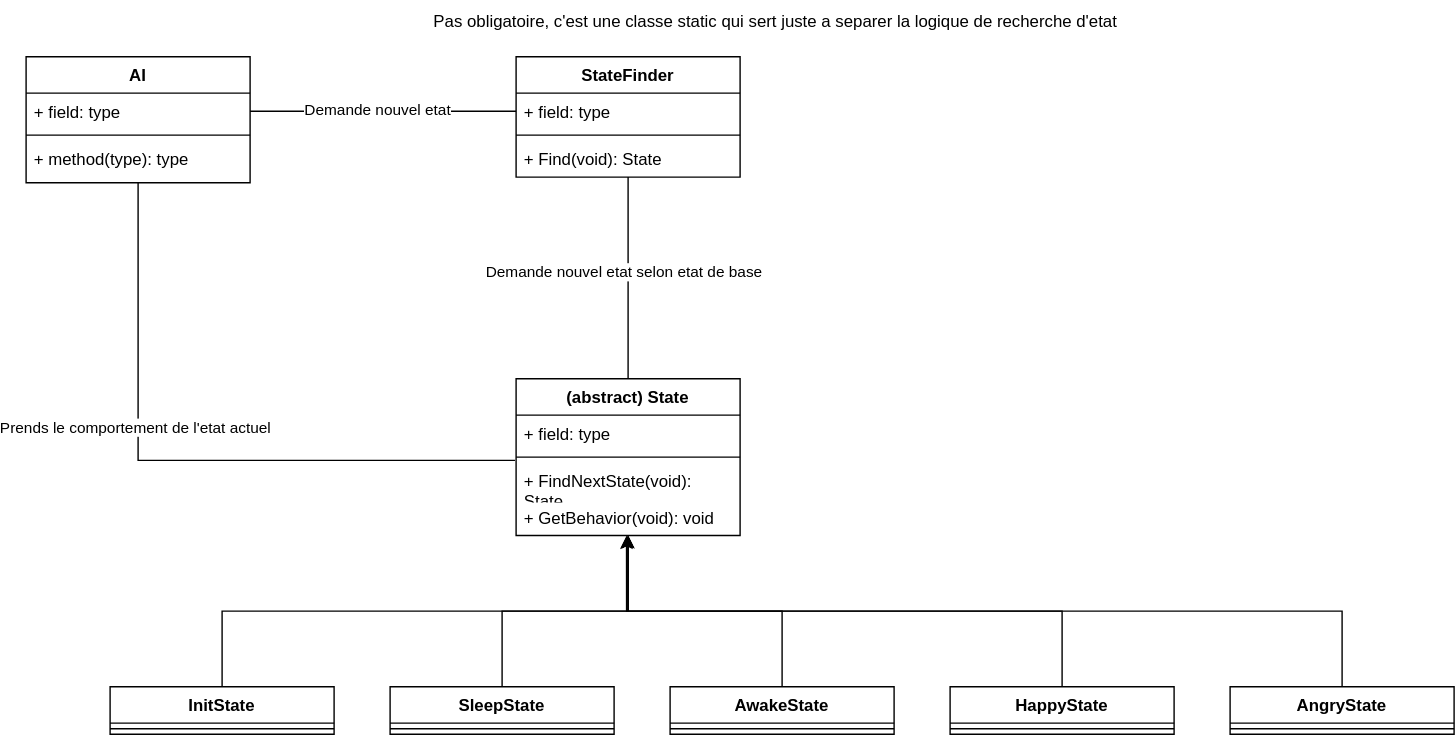
This is UML-AI.svg from nBeeckmans/unity-ai-prototype, a draw.io export, as it was before one commit. Source tidied: cells renumbered, new cells last; positions are measured from the earlier drawing's top-left corner, leaving out a move shared by most shapes.
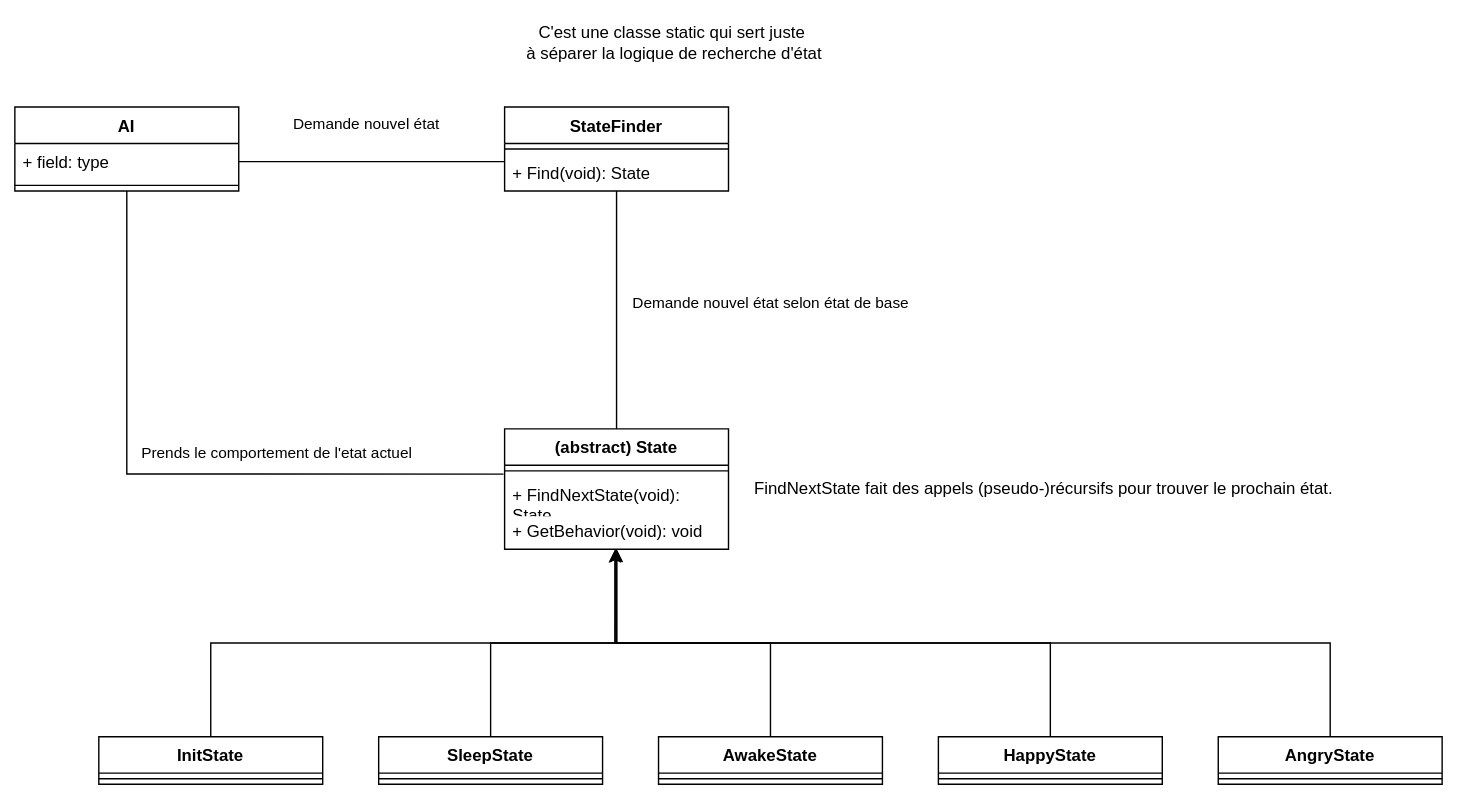
Later version of the same file.

Diff of the diagram source:
```diff
@@ -2,110 +2,112 @@
   <root>
     <mxCell id="0" />
     <mxCell id="1" parent="0" />
-    <mxCell id="2" value="AI" style="swimlane;fontStyle=1;align=center;verticalAlign=top;horizontal=1;startSize=26;whiteSpace=wrap;html=1;" parent="1" vertex="1">
-      <mxGeometry y="40" width="160" height="90" as="geometry" />
+    <mxCell id="2" value="AI" style="swimlane;fontStyle=1;align=center;verticalAlign=top;horizontal=1;startSize=26;whiteSpace=wrap;html=1;rounded=0;labelBackgroundColor=none;" parent="1" vertex="1">
+      <mxGeometry y="40" width="160" height="60" as="geometry" />
     </mxCell>
-    <mxCell id="3" value="+ field: type" style="text;strokeColor=none;fillColor=none;align=left;verticalAlign=top;spacingLeft=4;spacingRight=4;overflow=hidden;points=[[0,0.5],[1,0.5]];portConstraint=eastwest;whiteSpace=wrap;html=1;" parent="2" vertex="1">
+    <mxCell id="3" value="+ field: type" style="text;strokeColor=none;fillColor=none;align=left;verticalAlign=top;spacingLeft=4;spacingRight=4;overflow=hidden;points=[[0,0.5],[1,0.5]];portConstraint=eastwest;whiteSpace=wrap;html=1;rounded=0;labelBackgroundColor=none;" parent="2" vertex="1">
       <mxGeometry y="26" width="160" height="26" as="geometry" />
     </mxCell>
-    <mxCell id="4" style="line;strokeWidth=1;fillColor=none;align=left;verticalAlign=middle;spacingTop=-1;spacingLeft=3;spacingRight=3;labelPosition=right;strokeColor=inherit;" parent="2" vertex="1">
+    <mxCell id="4" style="line;strokeWidth=1;fillColor=none;align=left;verticalAlign=middle;spacingTop=-1;spacingLeft=3;spacingRight=3;labelPosition=right;rounded=0;labelBackgroundColor=none;" parent="2" vertex="1">
       <mxGeometry y="52" width="160" height="8" as="geometry" />
     </mxCell>
-    <mxCell id="5" value="+ method(type): type" style="text;strokeColor=none;fillColor=none;align=left;verticalAlign=top;spacingLeft=4;spacingRight=4;overflow=hidden;whiteSpace=wrap;html=1;" parent="2" vertex="1">
-      <mxGeometry y="60" width="160" height="30" as="geometry" />
-    </mxCell>
-    <mxCell id="6" style="edgeStyle=orthogonalEdgeStyle;rounded=0;jettySize=auto;html=1;entryX=0.5;entryY=0;entryDx=0;entryDy=0;endArrow=none;endFill=0;" parent="1" edge="1" source="8" target="15">
+    <mxCell id="6" style="edgeStyle=orthogonalEdgeStyle;rounded=0;jettySize=auto;html=1;entryX=0.5;entryY=0;entryDx=0;entryDy=0;endArrow=none;endFill=0;labelBackgroundColor=none;fontColor=default;" parent="1" edge="1" source="8" target="15">
       <mxGeometry relative="1" as="geometry" />
     </mxCell>
-    <mxCell id="7" value="Demande nouvel etat selon etat de base" style="edgeLabel;html=1;align=center;verticalAlign=middle;" parent="6" vertex="1">
-      <mxGeometry x="-0.06" y="-3" relative="1" as="geometry" />
+    <mxCell id="7" value="Demande nouvel état selon état de base" style="edgeLabel;html=1;align=center;verticalAlign=middle;rounded=0;labelBackgroundColor=none;" parent="6" vertex="1">
+      <mxGeometry x="-0.06" y="-3" relative="1" as="geometry">
+        <mxPoint x="113" as="offset" />
+      </mxGeometry>
     </mxCell>
-    <mxCell id="8" value="StateFinder" style="swimlane;fontStyle=1;align=center;verticalAlign=top;horizontal=1;startSize=26;whiteSpace=wrap;html=1;" parent="1" vertex="1">
-      <mxGeometry x="350" y="40" width="160" height="86" as="geometry" />
+    <mxCell id="8" value="StateFinder" style="swimlane;fontStyle=1;align=center;verticalAlign=top;horizontal=1;startSize=26;whiteSpace=wrap;html=1;rounded=0;labelBackgroundColor=none;" parent="1" vertex="1">
+      <mxGeometry x="350" y="40" width="160" height="60" as="geometry" />
     </mxCell>
-    <mxCell id="9" value="+ field: type" style="text;strokeColor=none;fillColor=none;align=left;verticalAlign=top;spacingLeft=4;spacingRight=4;overflow=hidden;points=[[0,0.5],[1,0.5]];portConstraint=eastwest;whiteSpace=wrap;html=1;" parent="8" vertex="1">
-      <mxGeometry y="26" width="160" height="26" as="geometry" />
-    </mxCell>
-    <mxCell id="10" style="line;strokeWidth=1;fillColor=none;align=left;verticalAlign=middle;spacingTop=-1;spacingLeft=3;spacingRight=3;labelPosition=right;strokeColor=inherit;" parent="8" vertex="1">
-      <mxGeometry y="52" width="160" height="8" as="geometry" />
+    <mxCell id="10" style="line;strokeWidth=1;fillColor=none;align=left;verticalAlign=middle;spacingTop=-1;spacingLeft=3;spacingRight=3;labelPosition=right;rounded=0;labelBackgroundColor=none;" parent="8" vertex="1">
+      <mxGeometry y="26" width="160" height="8" as="geometry" />
     </mxCell>
-    <mxCell id="11" value="+ Find(void): State" style="text;strokeColor=none;fillColor=none;align=left;verticalAlign=top;spacingLeft=4;spacingRight=4;overflow=hidden;whiteSpace=wrap;html=1;" parent="8" vertex="1">
-      <mxGeometry y="60" width="160" height="26" as="geometry" />
+    <mxCell id="11" value="+ Find(void): State" style="text;strokeColor=none;fillColor=none;align=left;verticalAlign=top;spacingLeft=4;spacingRight=4;overflow=hidden;whiteSpace=wrap;html=1;rounded=0;labelBackgroundColor=none;" parent="8" vertex="1">
+      <mxGeometry y="34" width="160" height="26" as="geometry" />
     </mxCell>
-    <mxCell id="12" style="edgeStyle=orthogonalEdgeStyle;rounded=0;jettySize=auto;html=1;entryX=0;entryY=0.5;entryDx=0;entryDy=0;endArrow=none;endFill=0;" parent="1" edge="1" source="3" target="9">
-      <mxGeometry relative="1" as="geometry" />
+    <mxCell id="12" style="edgeStyle=orthogonalEdgeStyle;rounded=0;jettySize=auto;html=1;entryX=0;entryY=0.5;entryDx=0;entryDy=0;endArrow=none;endFill=0;labelBackgroundColor=none;fontColor=default;" parent="1" edge="1" source="3">
+      <mxGeometry relative="1" as="geometry">
+        <mxPoint x="350" y="79" as="targetPoint" />
+      </mxGeometry>
     </mxCell>
-    <mxCell id="13" value="Demande nouvel etat" style="edgeLabel;html=1;align=center;verticalAlign=middle;" parent="12" vertex="1">
-      <mxGeometry x="-0.05" y="1" relative="1" as="geometry" />
+    <mxCell id="13" value="Demande nouvel état" style="edgeLabel;html=1;align=center;verticalAlign=middle;rounded=0;labelBackgroundColor=none;" parent="12" vertex="1">
+      <mxGeometry x="-0.05" y="1" relative="1" as="geometry">
+        <mxPoint y="-26" as="offset" />
+      </mxGeometry>
     </mxCell>
-    <mxCell id="14" value="Pas obligatoire, c'est une classe static qui sert juste a separer la logique de recherche d'etat" style="text;html=1;align=center;verticalAlign=middle;strokeColor=none;fillColor=none;" parent="1" vertex="1">
-      <mxGeometry x="280" width="510" height="30" as="geometry" />
+    <mxCell id="14" value="&lt;div&gt;C'est une classe static qui sert juste&amp;nbsp;&lt;/div&gt;&lt;div&gt;à séparer la logique de recherche d'état&lt;/div&gt;" style="text;html=1;align=center;verticalAlign=middle;strokeColor=none;fillColor=none;rounded=0;labelBackgroundColor=none;" parent="1" vertex="1">
+      <mxGeometry x="356" y="-26" width="230" height="40" as="geometry" />
     </mxCell>
-    <mxCell id="15" value="(abstract) State" style="swimlane;fontStyle=1;align=center;verticalAlign=top;horizontal=1;startSize=26;whiteSpace=wrap;html=1;" parent="1" vertex="1">
-      <mxGeometry x="350" y="270" width="160" height="112" as="geometry" />
+    <mxCell id="15" value="(abstract) State" style="swimlane;fontStyle=1;align=center;verticalAlign=top;horizontal=1;startSize=26;whiteSpace=wrap;html=1;rounded=0;labelBackgroundColor=none;" parent="1" vertex="1">
+      <mxGeometry x="350" y="270" width="160" height="86" as="geometry" />
     </mxCell>
-    <mxCell id="16" value="+ field: type" style="text;strokeColor=none;fillColor=none;align=left;verticalAlign=top;spacingLeft=4;spacingRight=4;overflow=hidden;whiteSpace=wrap;html=1;" parent="15" vertex="1">
-      <mxGeometry y="26" width="160" height="26" as="geometry" />
-    </mxCell>
-    <mxCell id="17" style="line;strokeWidth=1;fillColor=none;align=left;verticalAlign=middle;spacingTop=-1;spacingLeft=3;spacingRight=3;labelPosition=right;strokeColor=inherit;" parent="15" vertex="1">
-      <mxGeometry y="52" width="160" height="8" as="geometry" />
+    <mxCell id="17" style="line;strokeWidth=1;fillColor=none;align=left;verticalAlign=middle;spacingTop=-1;spacingLeft=3;spacingRight=3;labelPosition=right;rounded=0;labelBackgroundColor=none;" parent="15" vertex="1">
+      <mxGeometry y="26" width="160" height="8" as="geometry" />
     </mxCell>
-    <mxCell id="18" value="+ FindNextState(void): State" style="text;strokeColor=none;fillColor=none;align=left;verticalAlign=top;spacingLeft=4;spacingRight=4;overflow=hidden;points=[[0,0.5],[1,0.5]];portConstraint=eastwest;whiteSpace=wrap;html=1;" parent="15" vertex="1">
-      <mxGeometry y="60" width="160" height="26" as="geometry" />
+    <mxCell id="18" value="+ FindNextState(void): State" style="text;strokeColor=none;fillColor=none;align=left;verticalAlign=top;spacingLeft=4;spacingRight=4;overflow=hidden;points=[[0,0.5],[1,0.5]];portConstraint=eastwest;whiteSpace=wrap;html=1;rounded=0;labelBackgroundColor=none;" parent="15" vertex="1">
+      <mxGeometry y="34" width="160" height="26" as="geometry" />
     </mxCell>
-    <mxCell id="19" value="+ GetBehavior(void): void" style="text;strokeColor=none;fillColor=none;align=left;verticalAlign=top;spacingLeft=4;spacingRight=4;overflow=hidden;points=[[0,0.5],[1,0.5]];portConstraint=eastwest;whiteSpace=wrap;html=1;" parent="15" vertex="1">
-      <mxGeometry y="86" width="160" height="26" as="geometry" />
+    <mxCell id="19" value="+ GetBehavior(void): void" style="text;strokeColor=none;fillColor=none;align=left;verticalAlign=top;spacingLeft=4;spacingRight=4;overflow=hidden;points=[[0,0.5],[1,0.5]];portConstraint=eastwest;whiteSpace=wrap;html=1;rounded=0;labelBackgroundColor=none;" parent="15" vertex="1">
+      <mxGeometry y="60" width="160" height="26" as="geometry" />
     </mxCell>
-    <mxCell id="20" style="edgeStyle=orthogonalEdgeStyle;rounded=0;jettySize=auto;html=1;entryX=-0.005;entryY=-0.065;entryDx=0;entryDy=0;entryPerimeter=0;endArrow=none;endFill=0;" parent="1" edge="1" source="2" target="18">
+    <mxCell id="20" style="edgeStyle=orthogonalEdgeStyle;rounded=0;jettySize=auto;html=1;entryX=-0.005;entryY=-0.065;entryDx=0;entryDy=0;entryPerimeter=0;endArrow=none;endFill=0;labelBackgroundColor=none;fontColor=default;" parent="1" edge="1" source="2" target="18">
       <mxGeometry relative="1" as="geometry" />
     </mxCell>
-    <mxCell id="21" value="Prends le comportement de l'etat actuel" style="edgeLabel;html=1;align=center;verticalAlign=middle;" parent="20" vertex="1">
-      <mxGeometry x="-0.25" y="-2" relative="1" as="geometry" />
+    <mxCell id="21" value="Prends le comportement de l'etat actuel" style="edgeLabel;html=1;align=center;verticalAlign=middle;rounded=0;labelBackgroundColor=none;" parent="20" vertex="1">
+      <mxGeometry x="-0.25" y="-2" relative="1" as="geometry">
+        <mxPoint x="109" y="11" as="offset" />
+      </mxGeometry>
     </mxCell>
-    <mxCell id="22" style="edgeStyle=orthogonalEdgeStyle;rounded=0;jettySize=auto;html=1;entryX=0.5;entryY=1;entryDx=0;entryDy=0;" parent="1" edge="1" source="23" target="15">
+    <mxCell id="22" style="edgeStyle=orthogonalEdgeStyle;rounded=0;jettySize=auto;html=1;entryX=0.5;entryY=1;entryDx=0;entryDy=0;labelBackgroundColor=none;fontColor=default;" parent="1" edge="1" source="23" target="15">
       <mxGeometry relative="1" as="geometry" />
     </mxCell>
-    <mxCell id="23" value="SleepState" style="swimlane;fontStyle=1;align=center;verticalAlign=top;horizontal=1;startSize=26;whiteSpace=wrap;html=1;" parent="1" vertex="1">
+    <mxCell id="23" value="SleepState" style="swimlane;fontStyle=1;align=center;verticalAlign=top;horizontal=1;startSize=26;whiteSpace=wrap;html=1;rounded=0;labelBackgroundColor=none;" parent="1" vertex="1">
       <mxGeometry x="260" y="490" width="160" height="34" as="geometry" />
     </mxCell>
-    <mxCell id="24" style="line;strokeWidth=1;fillColor=none;align=left;verticalAlign=middle;spacingTop=-1;spacingLeft=3;spacingRight=3;labelPosition=right;strokeColor=inherit;" parent="23" vertex="1">
+    <mxCell id="24" style="line;strokeWidth=1;fillColor=none;align=left;verticalAlign=middle;spacingTop=-1;spacingLeft=3;spacingRight=3;labelPosition=right;rounded=0;labelBackgroundColor=none;" parent="23" vertex="1">
       <mxGeometry y="26" width="160" height="8" as="geometry" />
     </mxCell>
-    <mxCell id="25" style="edgeStyle=orthogonalEdgeStyle;rounded=0;jettySize=auto;html=1;entryX=0.5;entryY=1;entryDx=0;entryDy=0;exitX=0.5;exitY=0;exitDx=0;exitDy=0;" parent="1" edge="1" source="26" target="15">
+    <mxCell id="25" style="edgeStyle=orthogonalEdgeStyle;rounded=0;jettySize=auto;html=1;entryX=0.5;entryY=1;entryDx=0;entryDy=0;exitX=0.5;exitY=0;exitDx=0;exitDy=0;labelBackgroundColor=none;fontColor=default;" parent="1" edge="1" source="26" target="15">
       <mxGeometry relative="1" as="geometry" />
     </mxCell>
-    <mxCell id="26" value="InitState" style="swimlane;fontStyle=1;align=center;verticalAlign=top;horizontal=1;startSize=26;whiteSpace=wrap;html=1;" parent="1" vertex="1">
+    <mxCell id="26" value="InitState" style="swimlane;fontStyle=1;align=center;verticalAlign=top;horizontal=1;startSize=26;whiteSpace=wrap;html=1;rounded=0;labelBackgroundColor=none;" parent="1" vertex="1">
       <mxGeometry x="60" y="490" width="160" height="34" as="geometry" />
     </mxCell>
-    <mxCell id="27" style="line;strokeWidth=1;fillColor=none;align=left;verticalAlign=middle;spacingTop=-1;spacingLeft=3;spacingRight=3;labelPosition=right;strokeColor=inherit;" parent="26" vertex="1">
+    <mxCell id="27" style="line;strokeWidth=1;fillColor=none;align=left;verticalAlign=middle;spacingTop=-1;spacingLeft=3;spacingRight=3;labelPosition=right;rounded=0;labelBackgroundColor=none;" parent="26" vertex="1">
       <mxGeometry y="26" width="160" height="8" as="geometry" />
     </mxCell>
-    <mxCell id="28" style="edgeStyle=orthogonalEdgeStyle;rounded=0;jettySize=auto;html=1;entryX=0.5;entryY=1;entryDx=0;entryDy=0;" parent="1" edge="1" source="29" target="15">
+    <mxCell id="28" style="edgeStyle=orthogonalEdgeStyle;rounded=0;jettySize=auto;html=1;entryX=0.5;entryY=1;entryDx=0;entryDy=0;labelBackgroundColor=none;fontColor=default;" parent="1" edge="1" source="29" target="15">
       <mxGeometry relative="1" as="geometry" />
     </mxCell>
-    <mxCell id="29" value="AwakeState" style="swimlane;fontStyle=1;align=center;verticalAlign=top;horizontal=1;startSize=26;whiteSpace=wrap;html=1;" parent="1" vertex="1">
+    <mxCell id="29" value="AwakeState" style="swimlane;fontStyle=1;align=center;verticalAlign=top;horizontal=1;startSize=26;whiteSpace=wrap;html=1;rounded=0;labelBackgroundColor=none;" parent="1" vertex="1">
       <mxGeometry x="460" y="490" width="160" height="34" as="geometry" />
     </mxCell>
-    <mxCell id="30" style="line;strokeWidth=1;fillColor=none;align=left;verticalAlign=middle;spacingTop=-1;spacingLeft=3;spacingRight=3;labelPosition=right;strokeColor=inherit;" parent="29" vertex="1">
+    <mxCell id="30" style="line;strokeWidth=1;fillColor=none;align=left;verticalAlign=middle;spacingTop=-1;spacingLeft=3;spacingRight=3;labelPosition=right;rounded=0;labelBackgroundColor=none;" parent="29" vertex="1">
       <mxGeometry y="26" width="160" height="8" as="geometry" />
     </mxCell>
-    <mxCell id="31" value="HappyState" style="swimlane;fontStyle=1;align=center;verticalAlign=top;horizontal=1;startSize=26;whiteSpace=wrap;html=1;" parent="1" vertex="1">
+    <mxCell id="31" value="HappyState" style="swimlane;fontStyle=1;align=center;verticalAlign=top;horizontal=1;startSize=26;whiteSpace=wrap;html=1;rounded=0;labelBackgroundColor=none;" parent="1" vertex="1">
       <mxGeometry x="660" y="490" width="160" height="34" as="geometry" />
     </mxCell>
-    <mxCell id="32" style="line;strokeWidth=1;fillColor=none;align=left;verticalAlign=middle;spacingTop=-1;spacingLeft=3;spacingRight=3;labelPosition=right;strokeColor=inherit;" parent="31" vertex="1">
+    <mxCell id="32" style="line;strokeWidth=1;fillColor=none;align=left;verticalAlign=middle;spacingTop=-1;spacingLeft=3;spacingRight=3;labelPosition=right;rounded=0;labelBackgroundColor=none;" parent="31" vertex="1">
       <mxGeometry y="26" width="160" height="8" as="geometry" />
     </mxCell>
-    <mxCell id="33" value="AngryState" style="swimlane;fontStyle=1;align=center;verticalAlign=top;horizontal=1;startSize=26;whiteSpace=wrap;html=1;" parent="1" vertex="1">
+    <mxCell id="33" value="AngryState" style="swimlane;fontStyle=1;align=center;verticalAlign=top;horizontal=1;startSize=26;whiteSpace=wrap;html=1;rounded=0;labelBackgroundColor=none;" parent="1" vertex="1">
       <mxGeometry x="860" y="490" width="160" height="34" as="geometry" />
     </mxCell>
-    <mxCell id="34" style="line;strokeWidth=1;fillColor=none;align=left;verticalAlign=middle;spacingTop=-1;spacingLeft=3;spacingRight=3;labelPosition=right;strokeColor=inherit;" parent="33" vertex="1">
+    <mxCell id="34" style="line;strokeWidth=1;fillColor=none;align=left;verticalAlign=middle;spacingTop=-1;spacingLeft=3;spacingRight=3;labelPosition=right;rounded=0;labelBackgroundColor=none;" parent="33" vertex="1">
       <mxGeometry y="26" width="160" height="8" as="geometry" />
     </mxCell>
-    <mxCell id="35" style="edgeStyle=orthogonalEdgeStyle;rounded=0;jettySize=auto;html=1;entryX=0.494;entryY=1;entryDx=0;entryDy=0;entryPerimeter=0;" parent="1" edge="1" source="33" target="19">
+    <mxCell id="35" style="edgeStyle=orthogonalEdgeStyle;rounded=0;jettySize=auto;html=1;entryX=0.494;entryY=1;entryDx=0;entryDy=0;entryPerimeter=0;labelBackgroundColor=none;fontColor=default;" parent="1" edge="1" source="33" target="19">
       <mxGeometry relative="1" as="geometry" />
     </mxCell>
-    <mxCell id="36" style="edgeStyle=orthogonalEdgeStyle;rounded=0;jettySize=auto;html=1;entryX=0.493;entryY=1.024;entryDx=0;entryDy=0;entryPerimeter=0;" parent="1" edge="1" source="31" target="19">
+    <mxCell id="36" style="edgeStyle=orthogonalEdgeStyle;rounded=0;jettySize=auto;html=1;entryX=0.493;entryY=1.024;entryDx=0;entryDy=0;entryPerimeter=0;labelBackgroundColor=none;fontColor=default;" parent="1" edge="1" source="31" target="19">
       <mxGeometry relative="1" as="geometry" />
     </mxCell>
+    <mxCell id="37" value="FindNextState fait des appels (pseudo-)récursifs pour trouver le prochain état. " style="text;html=1;align=center;verticalAlign=middle;strokeColor=none;fillColor=none;rounded=0;labelBackgroundColor=none;" parent="1" vertex="1">
+      <mxGeometry x="520" y="298" width="430" height="30" as="geometry" />
+    </mxCell>
   </root>
 </mxGraphModel>
```
